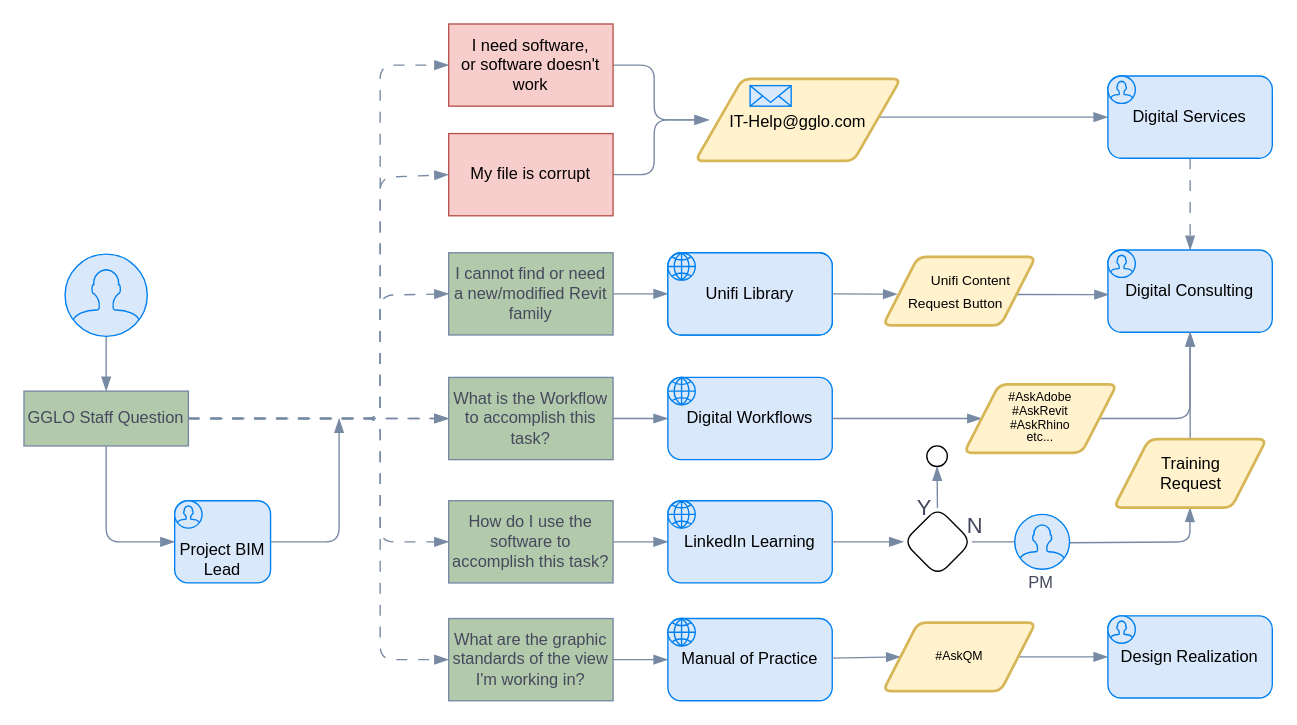
Earlier version of the draw.io diagram Support Flow.drawio (sburkeGGLO/diagrams). Source tidied: cells renumbered, new cells numbered last; positions are measured from the earlier drawing's top-left corner, leaving out a move shared by most shapes. Both pictures are drawn from the tidied source at 137%, with x=0, y=0 at pixel (23, 23).
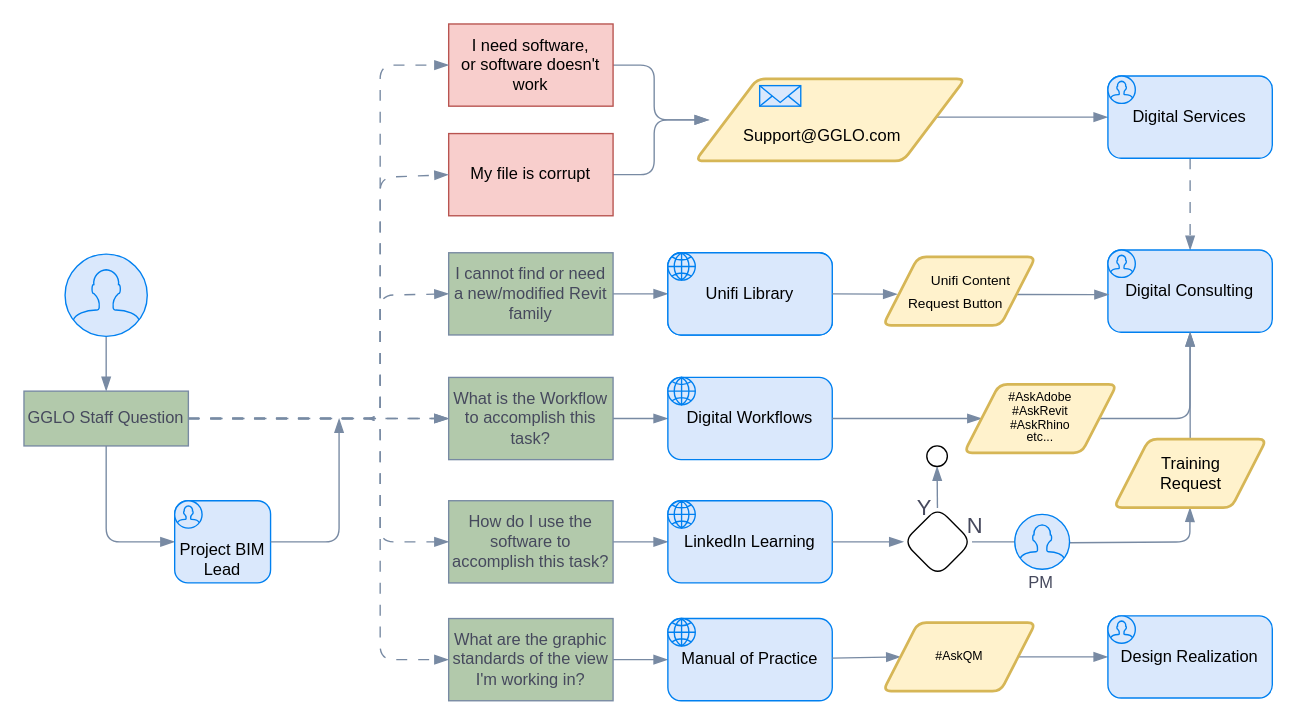
The same diagram, later.

The edit, as a diff of the source:
```diff
@@
-    <mxCell id="32" value="&lt;font style=&quot;font-size: 12px;&quot;&gt;IT-Help@gglo.com&lt;/font&gt;" style="shape=parallelogram;html=1;strokeWidth=2;perimeter=parallelogramPerimeter;whiteSpace=wrap;rounded=1;arcSize=12;size=0.23;strokeColor=#d6b656;fontSize=16;fillColor=#fff2cc;verticalAlign=middle;" parent="1" vertex="1">
-      <mxGeometry x="490" y="40" width="150" height="60" as="geometry" />
+    <mxCell id="32" value="&lt;font style=&quot;font-size: 12px;&quot;&gt;&lt;br&gt;&amp;nbsp; &amp;nbsp; &amp;nbsp; &amp;nbsp; &amp;nbsp; Support@GGLO.com&lt;/font&gt;" style="shape=parallelogram;html=1;strokeWidth=2;perimeter=parallelogramPerimeter;whiteSpace=wrap;rounded=1;arcSize=12;size=0.23;strokeColor=#d6b656;fontSize=16;fillColor=#fff2cc;verticalAlign=middle;align=left;" parent="1" vertex="1">
+      <mxGeometry x="490" y="40" width="197" height="60" as="geometry" />
     </mxCell>
@@
     <mxCell id="36" style="html=1;verticalLabelPosition=bottom;align=center;labelBackgroundColor=#ffffff;verticalAlign=top;strokeWidth=1;strokeColor=#0080F0;shadow=0;dashed=0;shape=mxgraph.ios7.icons.mail;rounded=1;glass=0;fontFamily=Helvetica;fontSize=12;fontColor=default;fillColor=#dae8fc;" parent="1" vertex="1">
-      <mxGeometry x="530" y="45" width="30" height="15" as="geometry" />
+      <mxGeometry x="537" y="45" width="30" height="15" as="geometry" />
     </mxCell>
```
